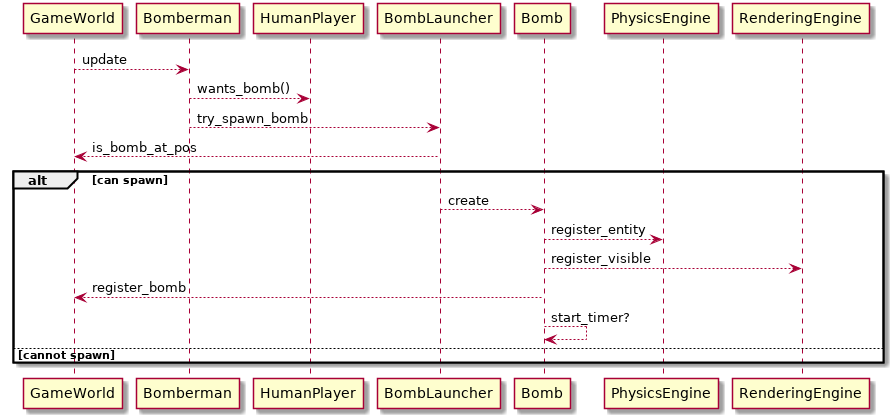
The PlantUML diagram docs/img/UC_2_1.png in NadzwyczajnaGrupaRobocza/bomberman, before a commit.
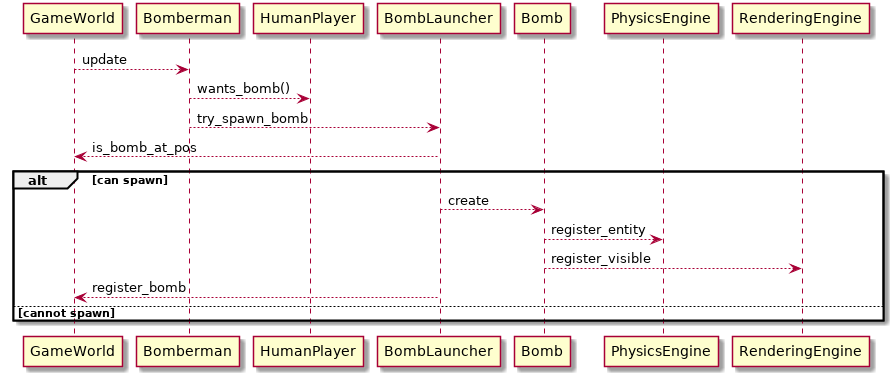
Above is the later version.

What changed in the source:
```diff
@@ -8,8 +8,7 @@
 BombLauncher --> Bomb : create
 Bomb --> PhysicsEngine : register_entity
 Bomb --> RenderingEngine : register_visible
-Bomb --> GameWorld : register_bomb
-Bomb --> Bomb : start_timer?
+BombLauncher --> GameWorld : register_bomb
 else cannot spawn
 end
 
```
